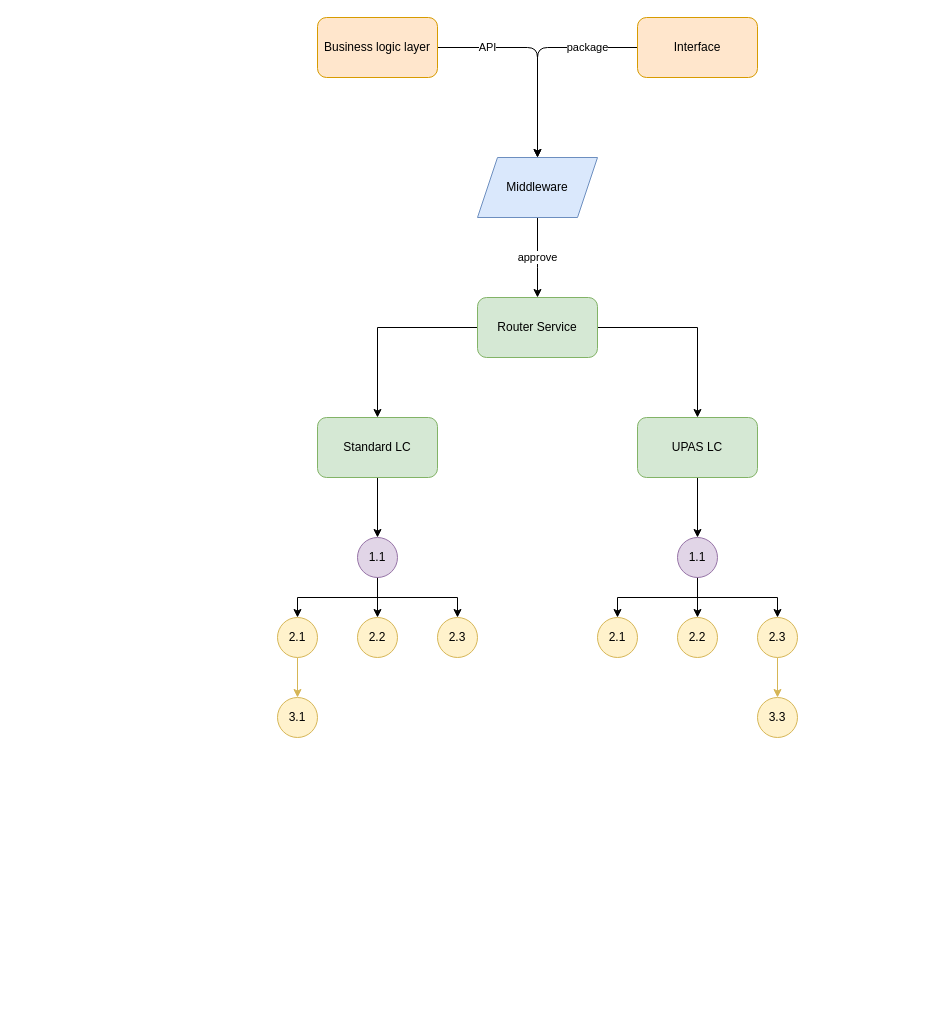
Earlier version of the draw.io diagram page "Page-3" (3 of 6) of LC-smart-contracts.drawio (gdotcat/diagram). Source tidied: cells renumbered, new cells numbered last; positions are measured from the earlier drawing's top-left corner, leaving out a move shared by most shapes. Both pictures are drawn from the tidied source at 100%, with x=0, y=0 at pixel (277, 17).
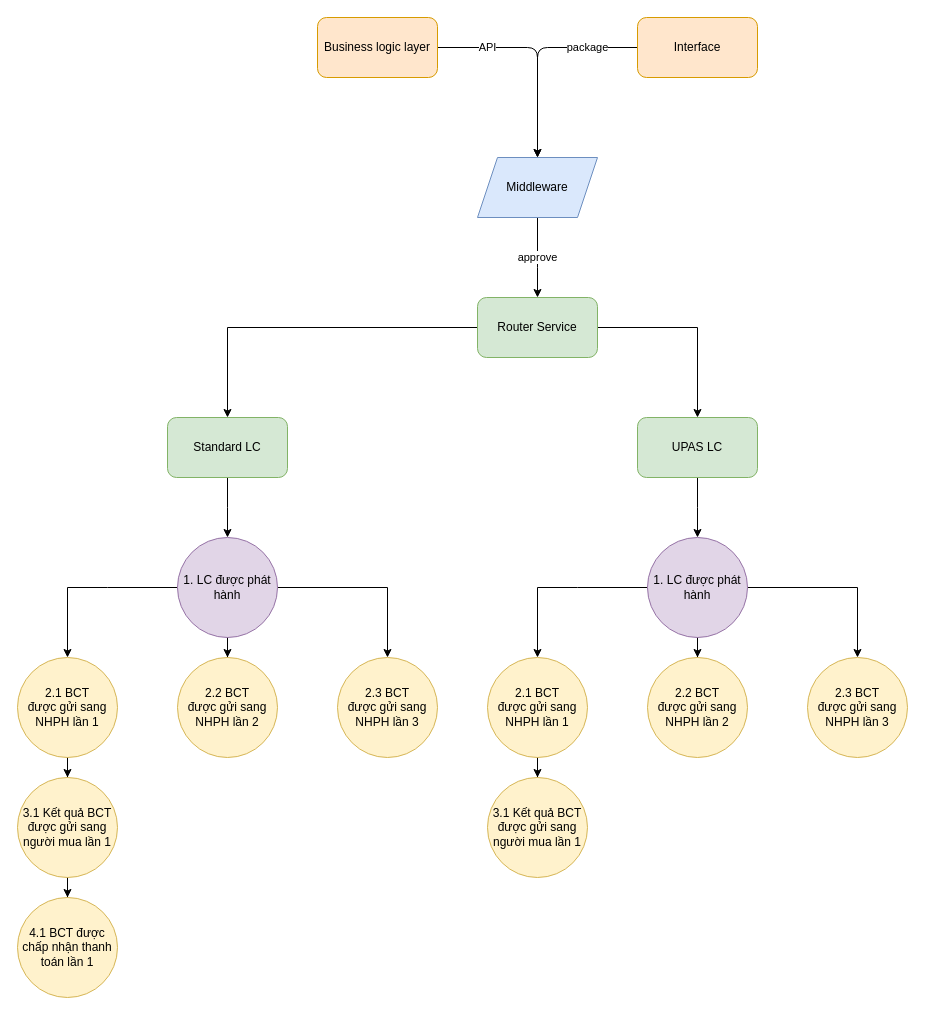
After the change.

The change refers to these unchanged cells:
```xml
<mxCell id="22" value="UPAS LC" style="rounded=1;whiteSpace=wrap;html=1;fillColor=#d5e8d4;strokeColor=#82b366;" parent="1" vertex="1">
  <mxGeometry x="360" y="400" width="120" height="60" as="geometry" />
</mxCell>
```

What changed in the source:
```diff
@@
-    <mxCell id="7" style="edgeStyle=orthogonalEdgeStyle;rounded=0;jettySize=auto;html=1;" parent="1" edge="1" source="10" target="25">
-      <mxGeometry relative="1" as="geometry" />
-    </mxCell>
-    <mxCell id="8" style="edgeStyle=orthogonalEdgeStyle;rounded=0;jettySize=auto;html=1;" parent="1" edge="1" source="10" target="24">
-      <mxGeometry relative="1" as="geometry">
-        <Array as="points">
-          <mxPoint x="100" y="580" />
-          <mxPoint x="20" y="580" />
-        </Array>
-      </mxGeometry>
-    </mxCell>
-    <mxCell id="9" style="edgeStyle=orthogonalEdgeStyle;rounded=0;jettySize=auto;html=1;" parent="1" edge="1" source="10" target="26">
-      <mxGeometry relative="1" as="geometry">
-        <Array as="points">
-          <mxPoint x="100" y="580" />
-          <mxPoint x="180" y="580" />
-        </Array>
-      </mxGeometry>
-    </mxCell>
-    <mxCell id="10" value="1.1" style="ellipse;whiteSpace=wrap;html=1;fillColor=#e1d5e7;strokeColor=#9673a6;" parent="1" vertex="1">
-      <mxGeometry x="80" y="520" width="40" height="40" as="geometry" />
-    </mxCell>
@@
-    <mxCell id="15" style="edgeStyle=orthogonalEdgeStyle;rounded=0;jettySize=auto;html=1;" parent="1" edge="1" source="18" target="30">
-      <mxGeometry relative="1" as="geometry">
-        <Array as="points">
-          <mxPoint x="420" y="580" />
-          <mxPoint x="500" y="580" />
-        </Array>
-      </mxGeometry>
-    </mxCell>
-    <mxCell id="16" style="edgeStyle=orthogonalEdgeStyle;rounded=0;jettySize=auto;html=1;" parent="1" edge="1" source="18" target="28">
-      <mxGeometry relative="1" as="geometry" />
-    </mxCell>
-    <mxCell id="17" style="edgeStyle=orthogonalEdgeStyle;rounded=0;jettySize=auto;html=1;entryX=0.5;entryY=0;entryDx=0;entryDy=0;" parent="1" edge="1" source="18" target="27">
-      <mxGeometry relative="1" as="geometry">
-        <Array as="points">
-          <mxPoint x="420" y="580" />
-          <mxPoint x="340" y="580" />
-        </Array>
-      </mxGeometry>
-    </mxCell>
-    <mxCell id="18" value="1.1" style="ellipse;whiteSpace=wrap;html=1;fillColor=#e1d5e7;strokeColor=#9673a6;" parent="1" vertex="1">
-      <mxGeometry x="400" y="520" width="40" height="40" as="geometry" />
-    </mxCell>
-    <mxCell id="19" style="edgeStyle=orthogonalEdgeStyle;rounded=0;jettySize=auto;html=1;" parent="1" edge="1" source="20" target="10">
-      <mxGeometry relative="1" as="geometry" />
+    <mxCell id="19" style="edgeStyle=orthogonalEdgeStyle;rounded=0;jettySize=auto;html=1;" parent="1" edge="1" source="20">
+      <mxGeometry relative="1" as="geometry">
+        <mxPoint x="-50" y="520" as="targetPoint" />
+      </mxGeometry>
     </mxCell>
     <mxCell id="20" value="Standard LC" style="rounded=1;whiteSpace=wrap;html=1;fillColor=#d5e8d4;strokeColor=#82b366;" parent="1" vertex="1">
-      <mxGeometry x="40" y="400" width="120" height="60" as="geometry" />
+      <mxGeometry x="-110" y="400" width="120" height="60" as="geometry" />
     </mxCell>
-    <mxCell id="21" style="edgeStyle=orthogonalEdgeStyle;rounded=0;jettySize=auto;html=1;" parent="1" edge="1" source="22" target="18">
-      <mxGeometry relative="1" as="geometry" />
+    <mxCell id="21" style="edgeStyle=orthogonalEdgeStyle;rounded=0;jettySize=auto;html=1;" parent="1" edge="1" source="22">
+      <mxGeometry relative="1" as="geometry">
+        <mxPoint x="420" y="520" as="targetPoint" />
+      </mxGeometry>
     </mxCell>
@@
-    <mxCell id="23" style="edgeStyle=orthogonalEdgeStyle;rounded=0;jettySize=auto;html=1;entryX=0.5;entryY=0;entryDx=0;entryDy=0;fillColor=#fff2cc;strokeColor=#d6b656;" parent="1" edge="1" source="24" target="31">
-      <mxGeometry relative="1" as="geometry" />
-    </mxCell>
-    <mxCell id="24" value="2.1" style="ellipse;whiteSpace=wrap;html=1;fillColor=#fff2cc;strokeColor=#d6b656;" parent="1" vertex="1">
-      <mxGeometry y="600" width="40" height="40" as="geometry" />
-    </mxCell>
-    <mxCell id="25" value="2.2" style="ellipse;whiteSpace=wrap;html=1;fillColor=#fff2cc;strokeColor=#d6b656;" parent="1" vertex="1">
-      <mxGeometry x="80" y="600" width="40" height="40" as="geometry" />
-    </mxCell>
-    <mxCell id="26" value="2.3" style="ellipse;whiteSpace=wrap;html=1;fillColor=#fff2cc;strokeColor=#d6b656;" parent="1" vertex="1">
-      <mxGeometry x="160" y="600" width="40" height="40" as="geometry" />
-    </mxCell>
-    <mxCell id="27" value="2.1" style="ellipse;whiteSpace=wrap;html=1;fillColor=#fff2cc;strokeColor=#d6b656;" parent="1" vertex="1">
-      <mxGeometry x="320" y="600" width="40" height="40" as="geometry" />
-    </mxCell>
-    <mxCell id="28" value="2.2" style="ellipse;whiteSpace=wrap;html=1;fillColor=#fff2cc;strokeColor=#d6b656;" parent="1" vertex="1">
-      <mxGeometry x="400" y="600" width="40" height="40" as="geometry" />
-    </mxCell>
-    <mxCell id="29" style="edgeStyle=orthogonalEdgeStyle;rounded=0;jettySize=auto;html=1;fillColor=#fff2cc;strokeColor=#d6b656;" parent="1" edge="1" source="30" target="32">
-      <mxGeometry relative="1" as="geometry" />
-    </mxCell>
-    <mxCell id="30" value="2.3" style="ellipse;whiteSpace=wrap;html=1;fillColor=#fff2cc;strokeColor=#d6b656;" parent="1" vertex="1">
-      <mxGeometry x="480" y="600" width="40" height="40" as="geometry" />
-    </mxCell>
-    <mxCell id="31" value="3.1" style="ellipse;whiteSpace=wrap;html=1;fillColor=#fff2cc;strokeColor=#d6b656;" parent="1" vertex="1">
-      <mxGeometry y="680" width="40" height="40" as="geometry" />
-    </mxCell>
-    <mxCell id="32" value="3.3" style="ellipse;whiteSpace=wrap;html=1;fillColor=#fff2cc;strokeColor=#d6b656;" parent="1" vertex="1">
-      <mxGeometry x="480" y="680" width="40" height="40" as="geometry" />
-    </mxCell>
+    <mxCell id="33" style="edgeStyle=orthogonalEdgeStyle;rounded=0;jettySize=auto;html=1;strokeColor=#000000;" parent="1" edge="1" source="36" target="38">
+      <mxGeometry relative="1" as="geometry">
+        <Array as="points">
+          <mxPoint x="-170" y="570" />
+          <mxPoint x="-240" y="570" />
+        </Array>
+      </mxGeometry>
+    </mxCell>
+    <mxCell id="34" style="edgeStyle=orthogonalEdgeStyle;rounded=0;jettySize=auto;html=1;entryX=0.5;entryY=0;entryDx=0;entryDy=0;fontSize=11;" parent="1" edge="1" source="36" target="41">
+      <mxGeometry relative="1" as="geometry" />
+    </mxCell>
+    <mxCell id="35" style="edgeStyle=orthogonalEdgeStyle;rounded=0;jettySize=auto;html=1;entryX=0.5;entryY=0;entryDx=0;entryDy=0;fontSize=11;" parent="1" edge="1" source="36" target="42">
+      <mxGeometry relative="1" as="geometry" />
+    </mxCell>
+    <mxCell id="36" value="1. LC được phát hành" style="ellipse;whiteSpace=wrap;html=1;fillColor=#e1d5e7;strokeColor=#9673a6;" parent="1" vertex="1">
+      <mxGeometry x="-100" y="520" width="100" height="100" as="geometry" />
+    </mxCell>
+    <mxCell id="37" style="edgeStyle=orthogonalEdgeStyle;rounded=0;jettySize=auto;html=1;strokeColor=#000000;" parent="1" edge="1" source="38" target="40">
+      <mxGeometry relative="1" as="geometry" />
+    </mxCell>
+    <mxCell id="38" value="2.1 BCT &lt;br&gt;được gửi sang NHPH lần 1" style="ellipse;whiteSpace=wrap;html=1;fillColor=#fff2cc;strokeColor=#d6b656;" parent="1" vertex="1">
+      <mxGeometry x="-260" y="640" width="100" height="100" as="geometry" />
+    </mxCell>
+    <mxCell id="39" style="edgeStyle=orthogonalEdgeStyle;rounded=0;jettySize=auto;html=1;entryX=0.5;entryY=0;entryDx=0;entryDy=0;fontSize=11;" parent="1" edge="1" source="40" target="52">
+      <mxGeometry relative="1" as="geometry" />
+    </mxCell>
+    <mxCell id="40" value="3.1 Kết quả BCT được gửi sang người mua lần 1" style="ellipse;whiteSpace=wrap;html=1;fillColor=#fff2cc;strokeColor=#d6b656;" parent="1" vertex="1">
+      <mxGeometry x="-260" y="760" width="100" height="100" as="geometry" />
+    </mxCell>
+    <mxCell id="41" value="2.2 BCT &lt;br&gt;được gửi sang NHPH lần 2" style="ellipse;whiteSpace=wrap;html=1;fillColor=#fff2cc;strokeColor=#d6b656;" parent="1" vertex="1">
+      <mxGeometry x="-100" y="640" width="100" height="100" as="geometry" />
+    </mxCell>
+    <mxCell id="42" value="2.3 BCT &lt;br&gt;được gửi sang NHPH lần 3" style="ellipse;whiteSpace=wrap;html=1;fillColor=#fff2cc;strokeColor=#d6b656;" parent="1" vertex="1">
+      <mxGeometry x="60" y="640" width="100" height="100" as="geometry" />
+    </mxCell>
+    <mxCell id="43" style="edgeStyle=orthogonalEdgeStyle;rounded=0;jettySize=auto;html=1;strokeColor=#000000;" parent="1" edge="1" source="46" target="48">
+      <mxGeometry relative="1" as="geometry">
+        <Array as="points">
+          <mxPoint x="300" y="570" />
+          <mxPoint x="230" y="570" />
+        </Array>
+      </mxGeometry>
+    </mxCell>
+    <mxCell id="44" style="edgeStyle=orthogonalEdgeStyle;rounded=0;jettySize=auto;html=1;entryX=0.5;entryY=0;entryDx=0;entryDy=0;fontSize=11;" parent="1" edge="1" source="46" target="50">
+      <mxGeometry relative="1" as="geometry" />
+    </mxCell>
+    <mxCell id="45" style="edgeStyle=orthogonalEdgeStyle;rounded=0;jettySize=auto;html=1;entryX=0.5;entryY=0;entryDx=0;entryDy=0;fontSize=11;" parent="1" edge="1" source="46" target="51">
+      <mxGeometry relative="1" as="geometry" />
+    </mxCell>
+    <mxCell id="46" value="1. LC được phát hành" style="ellipse;whiteSpace=wrap;html=1;fillColor=#e1d5e7;strokeColor=#9673a6;" parent="1" vertex="1">
+      <mxGeometry x="370" y="520" width="100" height="100" as="geometry" />
+    </mxCell>
+    <mxCell id="47" style="edgeStyle=orthogonalEdgeStyle;rounded=0;jettySize=auto;html=1;strokeColor=#000000;" parent="1" edge="1" source="48" target="49">
+      <mxGeometry relative="1" as="geometry" />
+    </mxCell>
+    <mxCell id="48" value="2.1 BCT &lt;br&gt;được gửi sang NHPH lần 1" style="ellipse;whiteSpace=wrap;html=1;fillColor=#fff2cc;strokeColor=#d6b656;" parent="1" vertex="1">
+      <mxGeometry x="210" y="640" width="100" height="100" as="geometry" />
+    </mxCell>
+    <mxCell id="49" value="3.1 Kết quả BCT được gửi sang người mua lần 1" style="ellipse;whiteSpace=wrap;html=1;fillColor=#fff2cc;strokeColor=#d6b656;" parent="1" vertex="1">
+      <mxGeometry x="210" y="760" width="100" height="100" as="geometry" />
+    </mxCell>
+    <mxCell id="50" value="2.2 BCT &lt;br&gt;được gửi sang NHPH lần 2" style="ellipse;whiteSpace=wrap;html=1;fillColor=#fff2cc;strokeColor=#d6b656;" parent="1" vertex="1">
+      <mxGeometry x="370" y="640" width="100" height="100" as="geometry" />
+    </mxCell>
+    <mxCell id="51" value="2.3 BCT &lt;br&gt;được gửi sang NHPH lần 3" style="ellipse;whiteSpace=wrap;html=1;fillColor=#fff2cc;strokeColor=#d6b656;" parent="1" vertex="1">
+      <mxGeometry x="530" y="640" width="100" height="100" as="geometry" />
+    </mxCell>
+    <mxCell id="52" value="4.1 BCT được chấp nhận thanh toán lần 1" style="ellipse;whiteSpace=wrap;html=1;fillColor=#fff2cc;strokeColor=#d6b656;" parent="1" vertex="1">
+      <mxGeometry x="-260" y="880" width="100" height="100" as="geometry" />
+    </mxCell>
```
